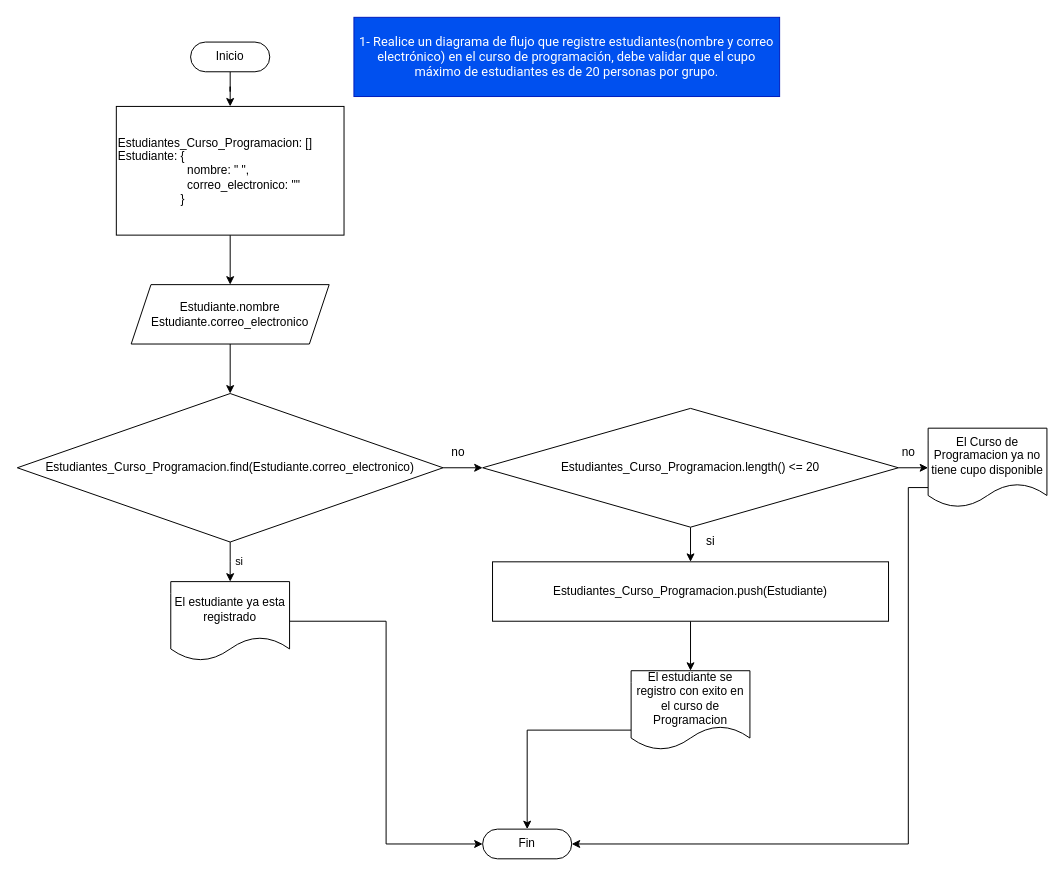
jjarahe/React-Curso-Ucreativa keeps this draw.io diagram as page "Registro Estudiantes" (1 of 2) of Intro a la programacion/Tareas/Asignacion 2.drawio. Above is the earlier version. Source tidied: cells renumbered, new cells numbered last; positions are measured from the earlier drawing's top-left corner, leaving out a move shared by most shapes. Both pictures are drawn from the tidied source at 99%, with x=0, y=0 at pixel (17, 17).
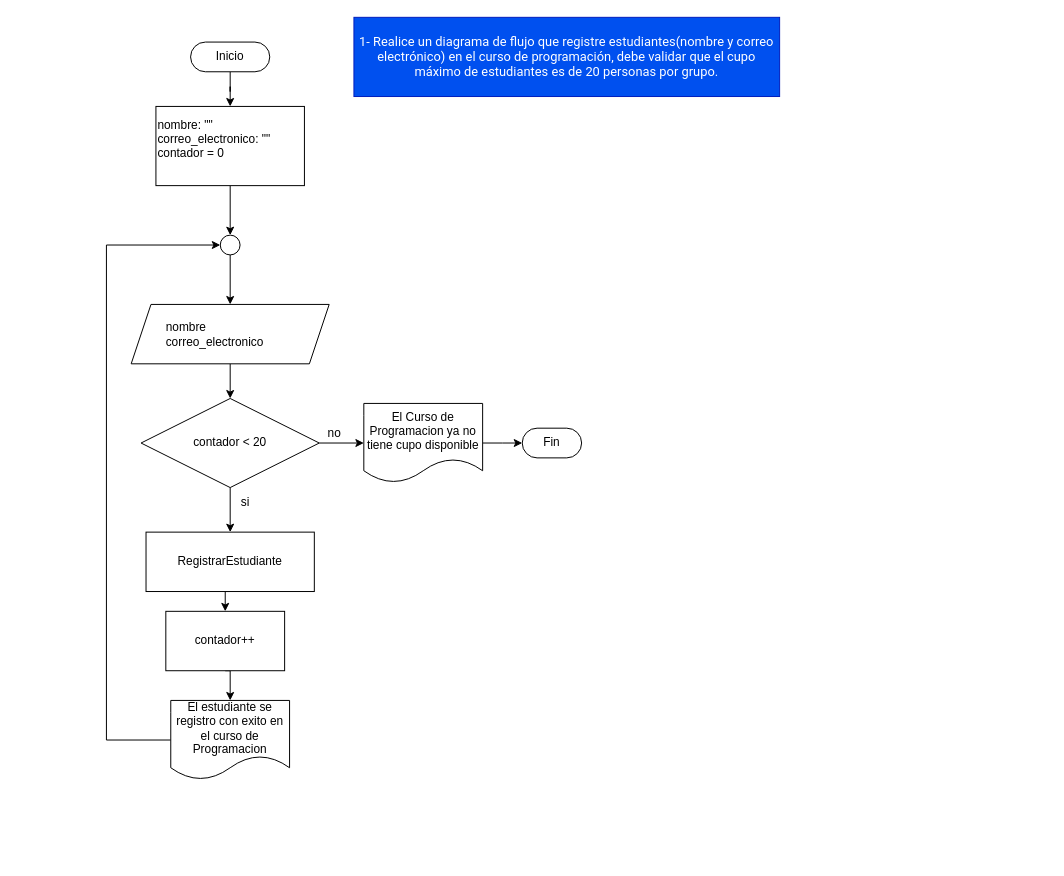
The same diagram, later.

What changed in the source:
```diff
@@
-    <mxCell id="4" style="edgeStyle=orthogonalEdgeStyle;rounded=0;jettySize=auto;html=1;exitX=0.5;exitY=1;exitDx=0;exitDy=0;entryX=0.5;entryY=0;entryDx=0;entryDy=0;" parent="1" edge="1" source="5" target="8">
-      <mxGeometry relative="1" as="geometry" />
-    </mxCell>
+    <mxCell id="28" style="edgeStyle=orthogonalEdgeStyle;rounded=0;jettySize=auto;html=1;exitX=0.5;exitY=1;exitDx=0;exitDy=0;entryX=0.5;entryY=0;entryDx=0;entryDy=0;" parent="1" edge="1" source="5" target="38">
+      <mxGeometry relative="1" as="geometry" />
+    </mxCell>
-    <mxCell id="5" value="Estudiantes_Curso_Programacion: []&lt;br&gt;Estudiante: {&lt;br&gt;&amp;nbsp; &amp;nbsp; &amp;nbsp; &amp;nbsp; &amp;nbsp; &amp;nbsp; &amp;nbsp; &amp;nbsp; &amp;nbsp; &amp;nbsp; &amp;nbsp;nombre: &quot; &quot;,&lt;br&gt;&amp;nbsp; &amp;nbsp; &amp;nbsp; &amp;nbsp; &amp;nbsp; &amp;nbsp; &amp;nbsp; &amp;nbsp; &amp;nbsp; &amp;nbsp; &amp;nbsp;correo_electronico: &quot;&quot;&lt;br&gt;&amp;nbsp; &amp;nbsp; &amp;nbsp; &amp;nbsp; &amp;nbsp; &amp;nbsp; &amp;nbsp; &amp;nbsp; &amp;nbsp; &amp;nbsp;}" style="rounded=0;whiteSpace=wrap;html=1;align=left;" parent="1" vertex="1">
-      <mxGeometry x="100" y="90" width="230" height="130" as="geometry" />
+    <mxCell id="5" value="nombre: &quot;&quot;&lt;br&gt;correo_electronico: &quot;&quot;&lt;br&gt;contador = 0&lt;br&gt;&amp;nbsp; &amp;nbsp; &amp;nbsp; &amp;nbsp; &amp;nbsp; &amp;nbsp; &amp;nbsp;&amp;nbsp;" style="rounded=0;whiteSpace=wrap;html=1;align=left;" parent="1" vertex="1">
+      <mxGeometry x="140" y="90" width="150" height="80" as="geometry" />
     </mxCell>
@@
-    <mxCell id="8" value="Estudiante.nombre&lt;br&gt;Estudiante.correo_electronico" style="shape=parallelogram;perimeter=parallelogramPerimeter;whiteSpace=wrap;html=1;fixedSize=1;" parent="1" vertex="1">
-      <mxGeometry x="115" y="270" width="200" height="60" as="geometry" />
+    <mxCell id="8" value="&amp;nbsp; &amp;nbsp; &amp;nbsp; &amp;nbsp; &amp;nbsp; nombre&lt;br&gt;&amp;nbsp; &amp;nbsp; &amp;nbsp; &amp;nbsp; &amp;nbsp; correo_electronico" style="shape=parallelogram;perimeter=parallelogramPerimeter;whiteSpace=wrap;html=1;fixedSize=1;align=left;" parent="1" vertex="1">
+      <mxGeometry x="115" y="290" width="200" height="60" as="geometry" />
     </mxCell>
-    <mxCell id="9" style="edgeStyle=orthogonalEdgeStyle;rounded=0;jettySize=auto;html=1;exitX=0.5;exitY=1;exitDx=0;exitDy=0;" parent="1" edge="1" source="12">
-      <mxGeometry relative="1" as="geometry">
-        <mxPoint x="215" y="570" as="targetPoint" />
-      </mxGeometry>
-    </mxCell>
-    <mxCell id="10" value="si" style="edgeLabel;html=1;align=center;verticalAlign=middle;" parent="9" vertex="1">
-      <mxGeometry x="-0.07" y="8" relative="1" as="geometry" />
-    </mxCell>
-    <mxCell id="11" style="edgeStyle=orthogonalEdgeStyle;rounded=0;jettySize=auto;html=1;exitX=1;exitY=0.5;exitDx=0;exitDy=0;entryX=0;entryY=0.5;entryDx=0;entryDy=0;" parent="1" edge="1" source="12" target="17">
-      <mxGeometry relative="1" as="geometry" />
-    </mxCell>
+    <mxCell id="29" style="edgeStyle=orthogonalEdgeStyle;rounded=0;jettySize=auto;html=1;exitX=0.5;exitY=1;exitDx=0;exitDy=0;entryX=0.5;entryY=0;entryDx=0;entryDy=0;" parent="1" edge="1" source="12" target="21">
+      <mxGeometry relative="1" as="geometry" />
+    </mxCell>
+    <mxCell id="30" style="edgeStyle=orthogonalEdgeStyle;rounded=0;jettySize=auto;html=1;exitX=1;exitY=0.5;exitDx=0;exitDy=0;" parent="1" edge="1" source="12" target="24">
+      <mxGeometry relative="1" as="geometry" />
+    </mxCell>
-    <mxCell id="12" value="Estudiantes_Curso_Programacion.find(Estudiante.correo_electronico)" style="rhombus;whiteSpace=wrap;html=1;" parent="1" vertex="1">
-      <mxGeometry y="380" width="430" height="150" as="geometry" />
+    <mxCell id="12" value="contador &amp;lt; 20" style="rhombus;whiteSpace=wrap;html=1;" parent="1" vertex="1">
+      <mxGeometry x="125" y="385" width="180" height="90" as="geometry" />
     </mxCell>
-    <mxCell id="13" style="edgeStyle=orthogonalEdgeStyle;rounded=0;jettySize=auto;html=1;exitX=1;exitY=0.5;exitDx=0;exitDy=0;entryX=0;entryY=0.5;entryDx=0;entryDy=0;" parent="1" edge="1" source="14" target="27">
-      <mxGeometry relative="1" as="geometry" />
-    </mxCell>
-    <mxCell id="14" value="El estudiante ya esta registrado" style="shape=document;whiteSpace=wrap;html=1;boundedLbl=1;" parent="1" vertex="1">
-      <mxGeometry x="155" y="570" width="120" height="80" as="geometry" />
-    </mxCell>
-    <mxCell id="15" style="edgeStyle=orthogonalEdgeStyle;rounded=0;jettySize=auto;html=1;exitX=0.5;exitY=1;exitDx=0;exitDy=0;" parent="1" edge="1" source="17">
-      <mxGeometry relative="1" as="geometry">
-        <mxPoint x="680" y="550" as="targetPoint" />
-      </mxGeometry>
-    </mxCell>
-    <mxCell id="16" style="edgeStyle=orthogonalEdgeStyle;rounded=0;jettySize=auto;html=1;exitX=1;exitY=0.5;exitDx=0;exitDy=0;" parent="1" edge="1" source="17">
-      <mxGeometry relative="1" as="geometry">
-        <mxPoint x="920" y="455" as="targetPoint" />
-      </mxGeometry>
-    </mxCell>
-    <mxCell id="17" value="&lt;span&gt;Estudiantes_Curso_Programacion.length() &amp;lt;= 20&lt;/span&gt;" style="rhombus;whiteSpace=wrap;html=1;" parent="1" vertex="1">
-      <mxGeometry x="470" y="395" width="420" height="120" as="geometry" />
-    </mxCell>
-    <mxCell id="18" value="no" style="text;html=1;align=center;verticalAlign=middle;" parent="1" vertex="1">
-      <mxGeometry x="430" y="430" width="30" height="20" as="geometry" />
-    </mxCell>
+    <mxCell id="31" style="edgeStyle=orthogonalEdgeStyle;rounded=0;jettySize=auto;html=1;exitX=0.5;exitY=1;exitDx=0;exitDy=0;entryX=0.5;entryY=0;entryDx=0;entryDy=0;" parent="1" edge="1" source="21" target="36">
+      <mxGeometry relative="1" as="geometry" />
+    </mxCell>
+    <mxCell id="21" value="RegistrarEstudiante" style="rounded=0;whiteSpace=wrap;html=1;" parent="1" vertex="1">
+      <mxGeometry x="130" y="520" width="170" height="60" as="geometry" />
+    </mxCell>
+    <mxCell id="32" style="edgeStyle=orthogonalEdgeStyle;rounded=0;jettySize=auto;html=1;exitX=1;exitY=0.5;exitDx=0;exitDy=0;" parent="1" edge="1" source="24">
+      <mxGeometry relative="1" as="geometry">
+        <mxPoint x="510" y="430" as="targetPoint" />
+      </mxGeometry>
+    </mxCell>
+    <mxCell id="24" value="El Curso de Programacion ya no tiene cupo disponible" style="shape=document;whiteSpace=wrap;html=1;boundedLbl=1;" parent="1" vertex="1">
+      <mxGeometry x="350" y="390" width="120" height="80" as="geometry" />
+    </mxCell>
+    <mxCell id="33" style="edgeStyle=orthogonalEdgeStyle;rounded=0;jettySize=auto;html=1;exitX=0;exitY=0.5;exitDx=0;exitDy=0;entryX=0;entryY=0.5;entryDx=0;entryDy=0;" parent="1" edge="1" source="26" target="38">
+      <mxGeometry relative="1" as="geometry">
+        <Array as="points">
+          <mxPoint x="90" y="730" />
+          <mxPoint x="90" y="230" />
+        </Array>
+      </mxGeometry>
+    </mxCell>
+    <mxCell id="26" value="El estudiante se registro con exito en el curso de Programacion" style="shape=document;whiteSpace=wrap;html=1;boundedLbl=1;" parent="1" vertex="1">
+      <mxGeometry x="155" y="690" width="120" height="80" as="geometry" />
+    </mxCell>
     <mxCell id="19" value="si" style="text;html=1;align=center;verticalAlign=middle;" parent="1" vertex="1">
-      <mxGeometry x="690" y="520" width="20" height="20" as="geometry" />
+      <mxGeometry x="220" y="480" width="20" height="20" as="geometry" />
     </mxCell>
-    <mxCell id="20" style="edgeStyle=orthogonalEdgeStyle;rounded=0;jettySize=auto;html=1;exitX=0.5;exitY=1;exitDx=0;exitDy=0;entryX=0.5;entryY=0;entryDx=0;entryDy=0;" parent="1" edge="1" source="21" target="26">
-      <mxGeometry relative="1" as="geometry" />
-    </mxCell>
-    <mxCell id="21" value="&lt;span&gt;Estudiantes_Curso_Programacion.push(Estudiante)&lt;/span&gt;" style="rounded=0;whiteSpace=wrap;html=1;" parent="1" vertex="1">
-      <mxGeometry x="480" y="550" width="400" height="60" as="geometry" />
-    </mxCell>
-    <mxCell id="22" value="no" style="text;html=1;align=center;verticalAlign=middle;" parent="1" vertex="1">
-      <mxGeometry x="885" y="430" width="30" height="20" as="geometry" />
-    </mxCell>
-    <mxCell id="23" style="edgeStyle=orthogonalEdgeStyle;rounded=0;jettySize=auto;html=1;exitX=0;exitY=0.75;exitDx=0;exitDy=0;entryX=1;entryY=0.5;entryDx=0;entryDy=0;" parent="1" edge="1" source="24" target="27">
-      <mxGeometry relative="1" as="geometry">
-        <Array as="points">
-          <mxPoint x="900" y="475" />
-          <mxPoint x="900" y="835" />
-        </Array>
-      </mxGeometry>
-    </mxCell>
-    <mxCell id="24" value="El Curso de Programacion ya no tiene cupo disponible" style="shape=document;whiteSpace=wrap;html=1;boundedLbl=1;" parent="1" vertex="1">
-      <mxGeometry x="920" y="415" width="120" height="80" as="geometry" />
-    </mxCell>
-    <mxCell id="25" style="edgeStyle=orthogonalEdgeStyle;rounded=0;jettySize=auto;html=1;exitX=0;exitY=0.75;exitDx=0;exitDy=0;entryX=0.5;entryY=0;entryDx=0;entryDy=0;" parent="1" edge="1" source="26" target="27">
-      <mxGeometry relative="1" as="geometry" />
-    </mxCell>
-    <mxCell id="26" value="El estudiante se registro con exito en el curso de Programacion" style="shape=document;whiteSpace=wrap;html=1;boundedLbl=1;" parent="1" vertex="1">
-      <mxGeometry x="620" y="660" width="120" height="80" as="geometry" />
-    </mxCell>
+    <mxCell id="34" value="no" style="text;html=1;align=center;verticalAlign=middle;" parent="1" vertex="1">
+      <mxGeometry x="305" y="410" width="30" height="20" as="geometry" />
+    </mxCell>
+    <mxCell id="35" style="edgeStyle=orthogonalEdgeStyle;rounded=0;jettySize=auto;html=1;exitX=0.5;exitY=1;exitDx=0;exitDy=0;entryX=0.5;entryY=0;entryDx=0;entryDy=0;" parent="1" edge="1" source="36" target="26">
+      <mxGeometry relative="1" as="geometry" />
+    </mxCell>
+    <mxCell id="36" value="contador++" style="rounded=0;whiteSpace=wrap;html=1;" parent="1" vertex="1">
+      <mxGeometry x="150" y="600" width="120" height="60" as="geometry" />
+    </mxCell>
+    <mxCell id="37" style="edgeStyle=orthogonalEdgeStyle;rounded=0;jettySize=auto;html=1;exitX=0.5;exitY=1;exitDx=0;exitDy=0;entryX=0.5;entryY=0;entryDx=0;entryDy=0;" parent="1" edge="1" source="38" target="8">
+      <mxGeometry relative="1" as="geometry" />
+    </mxCell>
+    <mxCell id="38" style="ellipse;whiteSpace=wrap;html=1;" parent="1" vertex="1">
+      <mxGeometry x="205" y="220" width="20" height="20" as="geometry" />
+    </mxCell>
     <mxCell id="27" value="Fin" style="rounded=1;whiteSpace=wrap;html=1;arcSize=50;" parent="1" vertex="1">
-      <mxGeometry x="470" y="820" width="90" height="30" as="geometry" />
+      <mxGeometry x="510" y="415" width="60" height="30" as="geometry" />
     </mxCell>
```
